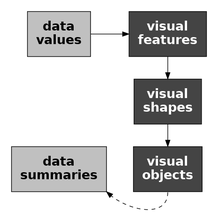
pmur002/hdvw keeps this Graphviz diagram as Diagrams/data-vis-shape-obj.png. Above is the earlier version. Its source is kept beside it as Diagrams/data-vis-shape-obj.dot.
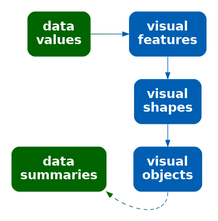
Above is the later version.

Diff of the diagram source:
```diff
@@ -1,18 +1,18 @@
 digraph {
   graph [ rankdir=LR; margin=.2; nodesep=.5 ];
   node [ fontsize=20; fontname="sans bold"; margin=.2 ];
-  data [ label="data\nvalues"; shape=box; style=filled; fillcolor=gray ]
-  stat [ label="data\nsummaries"; shape=box; style=filled; fillcolor=gray ]
+  data [ label="data\nvalues"; shape=box; style="filled, rounded"; penwidth=0; fontcolor=white; fillcolor="#006400" ]
+  stat [ label="data\nsummaries"; shape=box; style="filled, rounded"; penwidth=0; fontcolor=white; fillcolor="#006400" ]
   vis [ label="visual\nfeatures"; shape=box;
-        style=filled; fillcolor="#444444"; fontcolor=white ]
+     style="filled, rounded"; penwidth=0; fontcolor=white; fillcolor="#005FB2" ]
   shape [ label="visual\nshapes"; shape=box;
-          style=filled; fillcolor="#444444"; fontcolor=white ]
+       style="filled, rounded"; penwidth=0; fontcolor=white; fillcolor="#005FB2" ]
   obj [ label="visual\nobjects"; shape=box;
-        style=filled; fillcolor="#444444"; fontcolor=white ]
-  data -> vis
-  vis -> shape
-  shape -> obj
-  obj:s -> stat:se [ style="dashed" ]
+     style="filled, rounded"; penwidth=0; fontcolor=white; fillcolor="#005FB2" ]
+  data -> vis [ color="#006400;0.1:#006314;0.1:#006328;0.1:#00623B;0.1:#00624F;0.1:#006163;0.1:#006177;0.1:#00608A;0.1:#00609E;0.1:#005FB2;0.1" ]
+  vis -> shape [ color="#005FB2" ]
+  shape -> obj [ color="#005FB2" ]
+  obj:s -> stat:se [ style="dashed", color="#005FB2;0.1:#00609E;0.1:#00608A;0.1:#006177;0.1:#006163;0.1:#00624F;0.1:#00623B;0.1:#006328;0.1:#006314;0.1:#006400;0.1" ]
 { rank=same; data, stat }
 { rank=same; vis, shape, obj }
 }
```
